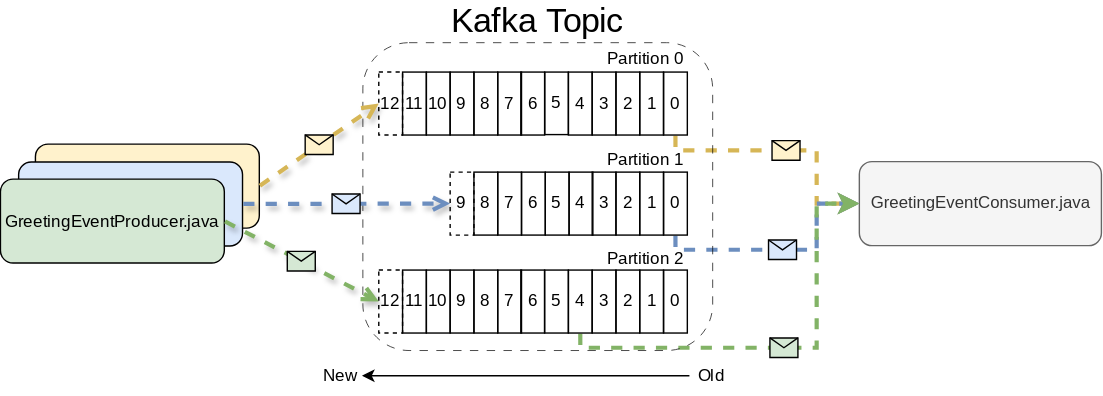
The draw.io diagram course-material/assets/module2/images/exercise2.svg in SonahLab/twitch-chat-hit-counter, before a commit. Source tidied: cells renumbered, new cells last; positions are measured from the earlier drawing's top-left corner, leaving out a move shared by most shapes.
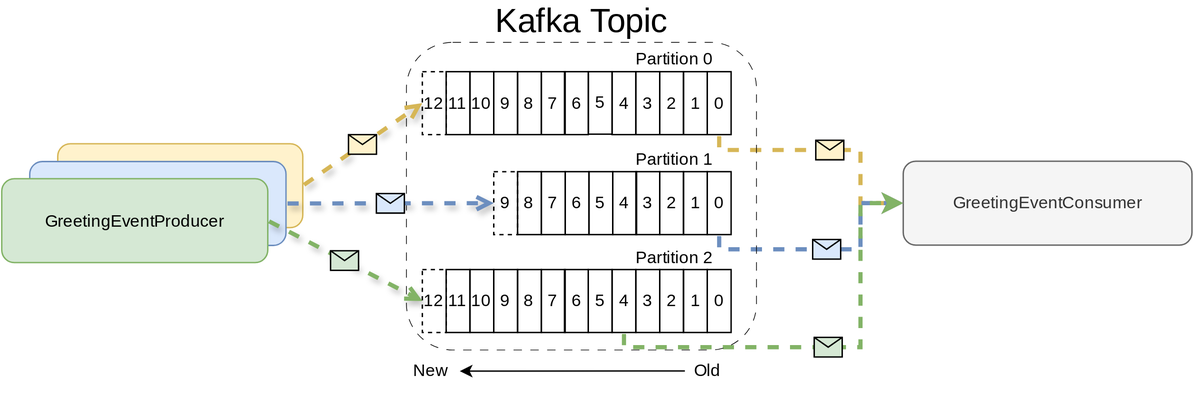
Later version of the same file.

Diff of the diagram source:
```diff
@@ -2,8 +2,8 @@
   <root>
     <mxCell id="0" />
     <mxCell id="1" parent="0" />
-    <mxCell id="2" value="GreetingEventConsumer.java" style="rounded=1;whiteSpace=wrap;html=1;fontColor=#333333;strokeColor=#666666;fillColor=#f5f5f5;" parent="1" vertex="1">
-      <mxGeometry x="613.5" y="115" width="173" height="60" as="geometry" />
+    <mxCell id="2" value="GreetingEventConsumer" style="rounded=1;whiteSpace=wrap;html=1;fontColor=#333333;strokeColor=#666666;fillColor=#f5f5f5;fontFamily=Michroma;fontSource=https%3A%2F%2Ffonts.googleapis.com%2Fcss%3Ffamily%3DMichroma;" parent="1" vertex="1">
+      <mxGeometry x="613.5" y="115" width="206.2" height="60" as="geometry" />
     </mxCell>
     <mxCell id="3" style="endArrow=classic;html=1;rounded=0;flowAnimation=1;entryX=0;entryY=0.5;entryDx=0;entryDy=0;edgeStyle=orthogonalEdgeStyle;elbow=vertical;fontColor=#000000;strokeColor=#d6b656;exitX=0.5;exitY=1;exitDx=0;exitDy=0;strokeWidth=3;fillColor=#fff2cc;" parent="1" edge="1" source="21" target="2">
       <mxGeometry relative="1" as="geometry">
@@ -149,68 +149,68 @@
     <mxCell id="42" value="0" style="rounded=0;whiteSpace=wrap;html=1;fontColor=#000000;strokeColor=#000000;fontFamily=Lato;fontSource=https%3A%2F%2Ffonts.googleapis.com%2Fcss%3Ffamily%3DLato;fillColor=none;" parent="1" vertex="1">
       <mxGeometry x="473.6" y="192.5" width="17" height="45" as="geometry" />
     </mxCell>
-    <mxCell id="43" value="New" style="text;html=1;align=center;verticalAlign=middle;whiteSpace=wrap;rounded=0;fontColor=#000000;strokeColor=none;fontFamily=Lato;fontSource=https%3A%2F%2Ffonts.googleapis.com%2Fcss%3Ffamily%3DLato;" parent="1" vertex="1">
-      <mxGeometry x="228.1" y="259" width="30" height="18" as="geometry" />
+    <mxCell id="43" value="Partition&amp;nbsp;&lt;span style=&quot;background-color: transparent;&quot;&gt;0&lt;/span&gt;" style="text;html=1;align=center;verticalAlign=middle;whiteSpace=wrap;rounded=0;fontColor=#000000;strokeColor=none;fontFamily=Michroma;fontSource=https%3A%2F%2Ffonts.googleapis.com%2Fcss%3Ffamily%3DMichroma;" parent="1" vertex="1">
+      <mxGeometry x="409.7" y="35.5" width="80.9" height="13.5" as="geometry" />
     </mxCell>
-    <mxCell id="44" style="endArrow=classic;html=1;rounded=0;strokeColor=#000000;entryX=1;entryY=0.5;entryDx=0;entryDy=0;exitX=0;exitY=0.5;exitDx=0;exitDy=0;fontColor=#000000;fontFamily=Lato;fontSource=https%3A%2F%2Ffonts.googleapis.com%2Fcss%3Ffamily%3DLato;" parent="1" edge="1" source="45" target="43">
-      <mxGeometry relative="1" as="geometry" />
+    <mxCell id="44" value="Partition&amp;nbsp;&lt;span style=&quot;background-color: transparent;&quot;&gt;1&lt;/span&gt;" style="text;html=1;align=center;verticalAlign=middle;whiteSpace=wrap;rounded=0;fontColor=#000000;strokeColor=none;fontFamily=Michroma;fontSource=https%3A%2F%2Ffonts.googleapis.com%2Fcss%3Ffamily%3DMichroma;" parent="1" vertex="1">
+      <mxGeometry x="409.7" y="108" width="80.9" height="12.5" as="geometry" />
     </mxCell>
-    <mxCell id="45" value="Old" style="text;html=1;align=center;verticalAlign=middle;whiteSpace=wrap;rounded=0;fontColor=#000000;strokeColor=none;fontFamily=Lato;fontSource=https%3A%2F%2Ffonts.googleapis.com%2Fcss%3Ffamily%3DLato;" parent="1" vertex="1">
-      <mxGeometry x="492.1" y="253" width="32" height="30" as="geometry" />
+    <mxCell id="45" value="Partition&amp;nbsp;&lt;span style=&quot;background-color: transparent;&quot;&gt;2&lt;/span&gt;" style="text;html=1;align=center;verticalAlign=middle;whiteSpace=wrap;rounded=0;fontColor=#000000;strokeColor=none;fontFamily=Michroma;fontSource=https%3A%2F%2Ffonts.googleapis.com%2Fcss%3Ffamily%3DMichroma;" parent="1" vertex="1">
+      <mxGeometry x="409.7" y="178" width="80.9" height="13" as="geometry" />
     </mxCell>
-    <mxCell id="46" value="Partition&amp;nbsp;&lt;span style=&quot;background-color: transparent;&quot;&gt;0&lt;/span&gt;" style="text;html=1;align=center;verticalAlign=middle;whiteSpace=wrap;rounded=0;fontColor=#000000;strokeColor=none;fontFamily=Lato;fontSource=https%3A%2F%2Ffonts.googleapis.com%2Fcss%3Ffamily%3DLato;" parent="1" vertex="1">
-      <mxGeometry x="430.6" y="35.5" width="60" height="13.5" as="geometry" />
+    <mxCell id="46" value="Kafka Topic" style="text;html=1;align=center;verticalAlign=middle;whiteSpace=wrap;rounded=0;fontSize=24;fontColor=#000000;strokeColor=none;fontFamily=Michroma;fontSource=https%3A%2F%2Ffonts.googleapis.com%2Fcss%3Ffamily%3DMichroma;" parent="1" vertex="1">
+      <mxGeometry x="288.5" width="190.4" height="30" as="geometry" />
     </mxCell>
-    <mxCell id="47" value="Partition&amp;nbsp;&lt;span style=&quot;background-color: transparent;&quot;&gt;1&lt;/span&gt;" style="text;html=1;align=center;verticalAlign=middle;whiteSpace=wrap;rounded=0;fontColor=#000000;strokeColor=none;fontFamily=Lato;fontSource=https%3A%2F%2Ffonts.googleapis.com%2Fcss%3Ffamily%3DLato;" parent="1" vertex="1">
-      <mxGeometry x="430.6" y="108" width="60" height="12.5" as="geometry" />
+    <mxCell id="47" style="rounded=1;whiteSpace=wrap;html=1;fillColor=#fff2cc;strokeColor=#d6b656;fontFamily=Lato;fontSource=https%3A%2F%2Ffonts.googleapis.com%2Fcss%3Ffamily%3DLato;" parent="1" vertex="1">
+      <mxGeometry x="9.7" y="102.5" width="175" height="60" as="geometry" />
     </mxCell>
-    <mxCell id="48" value="Partition&amp;nbsp;&lt;span style=&quot;background-color: transparent;&quot;&gt;2&lt;/span&gt;" style="text;html=1;align=center;verticalAlign=middle;whiteSpace=wrap;rounded=0;fontColor=#000000;strokeColor=none;fontFamily=Lato;fontSource=https%3A%2F%2Ffonts.googleapis.com%2Fcss%3Ffamily%3DLato;" parent="1" vertex="1">
-      <mxGeometry x="430.6" y="178" width="60" height="13" as="geometry" />
+    <mxCell id="48" style="rounded=1;whiteSpace=wrap;html=1;fillColor=#dae8fc;strokeColor=#6c8ebf;fontFamily=Lato;fontSource=https%3A%2F%2Ffonts.googleapis.com%2Fcss%3Ffamily%3DLato;" parent="1" vertex="1">
+      <mxGeometry x="-10.3" y="115.2" width="183" height="60" as="geometry" />
     </mxCell>
-    <mxCell id="49" value="Kafka Topic" style="text;html=1;align=center;verticalAlign=middle;whiteSpace=wrap;rounded=0;fontSize=24;fontColor=#000000;strokeColor=none;fontFamily=Lato;fontSource=https%3A%2F%2Ffonts.googleapis.com%2Fcss%3Ffamily%3DLato;" parent="1" vertex="1">
-      <mxGeometry x="317.3" width="132.8" height="30" as="geometry" />
+    <mxCell id="49" value="GreetingEventProducer" style="rounded=1;whiteSpace=wrap;html=1;fillColor=#d5e8d4;strokeColor=#82b366;fontFamily=Michroma;fontSource=https%3A%2F%2Ffonts.googleapis.com%2Fcss%3Ffamily%3DMichroma;" parent="1" vertex="1">
+      <mxGeometry x="-30.3" y="127.5" width="190" height="60" as="geometry" />
     </mxCell>
-    <mxCell id="50" style="rounded=1;whiteSpace=wrap;html=1;fillColor=#fff2cc;strokeColor=#000000;fontColor=#000000;fontFamily=Lato;fontSource=https%3A%2F%2Ffonts.googleapis.com%2Fcss%3Ffamily%3DLato;" parent="1" vertex="1">
-      <mxGeometry x="24.7" y="102.5" width="160" height="60" as="geometry" />
+    <mxCell id="50" style="endArrow=open;html=1;rounded=0;entryX=0;entryY=0.5;entryDx=0;entryDy=0;flowAnimation=1;shadow=1;fillColor=#fff2cc;strokeColor=#d6b656;strokeWidth=3;endFill=0;exitX=1;exitY=0.5;exitDx=0;exitDy=0;fontColor=#000000;fontFamily=Lato;fontSource=https%3A%2F%2Ffonts.googleapis.com%2Fcss%3Ffamily%3DLato;" parent="1" edge="1" source="47" target="57">
+      <mxGeometry relative="1" as="geometry" />
     </mxCell>
-    <mxCell id="51" style="rounded=1;whiteSpace=wrap;html=1;fillColor=#dae8fc;strokeColor=#000000;fontColor=#000000;fontFamily=Lato;fontSource=https%3A%2F%2Ffonts.googleapis.com%2Fcss%3Ffamily%3DLato;" parent="1" vertex="1">
-      <mxGeometry x="12.7" y="115.2" width="160" height="60" as="geometry" />
+    <mxCell id="51" style="shape=message;html=1;outlineConnect=0;fillColor=#fff2cc;strokeColor=#000000;fontColor=#000000;fontFamily=Lato;fontSource=https%3A%2F%2Ffonts.googleapis.com%2Fcss%3Ffamily%3DLato;" parent="50" vertex="1">
+      <mxGeometry width="20" height="14" relative="1" as="geometry">
+        <mxPoint x="-10" y="-7" as="offset" />
+      </mxGeometry>
     </mxCell>
-    <mxCell id="52" value="GreetingEventProducer.java" style="rounded=1;whiteSpace=wrap;html=1;fillColor=#d5e8d4;strokeColor=#000000;fontColor=#000000;fontFamily=Lato;fontSource=https%3A%2F%2Ffonts.googleapis.com%2Fcss%3Ffamily%3DLato;" parent="1" vertex="1">
-      <mxGeometry x="-0.3" y="127.5" width="160" height="60" as="geometry" />
+    <mxCell id="52" style="endArrow=open;html=1;rounded=0;entryX=0;entryY=0.5;entryDx=0;entryDy=0;flowAnimation=1;shadow=1;fillColor=#dae8fc;strokeColor=#6c8ebf;strokeWidth=3;endFill=0;exitX=1;exitY=0.5;exitDx=0;exitDy=0;fontColor=#000000;fontFamily=Lato;fontSource=https%3A%2F%2Ffonts.googleapis.com%2Fcss%3Ffamily%3DLato;" parent="1" edge="1" source="48" target="56">
+      <mxGeometry relative="1" as="geometry" />
     </mxCell>
-    <mxCell id="53" style="endArrow=open;html=1;rounded=0;entryX=0;entryY=0.5;entryDx=0;entryDy=0;flowAnimation=1;shadow=1;fillColor=#fff2cc;strokeColor=#d6b656;strokeWidth=3;endFill=0;exitX=1;exitY=0.5;exitDx=0;exitDy=0;fontColor=#000000;fontFamily=Lato;fontSource=https%3A%2F%2Ffonts.googleapis.com%2Fcss%3Ffamily%3DLato;" parent="1" edge="1" source="50" target="60">
-      <mxGeometry relative="1" as="geometry" />
+    <mxCell id="53" style="shape=message;html=1;fillColor=#dae8fc;strokeColor=#000000;fontColor=#000000;fontFamily=Lato;fontSource=https%3A%2F%2Ffonts.googleapis.com%2Fcss%3Ffamily%3DLato;" parent="52" vertex="1">
+      <mxGeometry width="20" height="14" relative="1" as="geometry">
+        <mxPoint x="-10" y="-7" as="offset" />
+      </mxGeometry>
     </mxCell>
-    <mxCell id="54" style="shape=message;html=1;fillColor=#fff2cc;strokeColor=#000000;fontColor=#000000;fontFamily=Lato;fontSource=https%3A%2F%2Ffonts.googleapis.com%2Fcss%3Ffamily%3DLato;" parent="53" vertex="1">
-      <mxGeometry width="20" height="14" relative="1" as="geometry">
-        <mxPoint x="-10" y="-7" as="offset" />
-      </mxGeometry>
+    <mxCell id="54" style="endArrow=open;html=1;rounded=0;entryX=0;entryY=0.5;entryDx=0;entryDy=0;flowAnimation=1;shadow=1;fillColor=#d5e8d4;strokeColor=#82b366;strokeWidth=3;endFill=0;exitX=1;exitY=0.5;exitDx=0;exitDy=0;fontColor=#000000;fontFamily=Lato;fontSource=https%3A%2F%2Ffonts.googleapis.com%2Fcss%3Ffamily%3DLato;" parent="1" edge="1" source="49" target="58">
+      <mxGeometry relative="1" as="geometry" />
     </mxCell>
-    <mxCell id="55" style="endArrow=open;html=1;rounded=0;entryX=0;entryY=0.5;entryDx=0;entryDy=0;flowAnimation=1;shadow=1;fillColor=#dae8fc;strokeColor=#6c8ebf;strokeWidth=3;endFill=0;exitX=1;exitY=0.5;exitDx=0;exitDy=0;fontColor=#000000;fontFamily=Lato;fontSource=https%3A%2F%2Ffonts.googleapis.com%2Fcss%3Ffamily%3DLato;" parent="1" edge="1" source="51" target="59">
-      <mxGeometry relative="1" as="geometry" />
+    <mxCell id="55" style="shape=message;html=1;fillColor=#d5e8d4;strokeColor=#000000;fontColor=#000000;fontFamily=Lato;fontSource=https%3A%2F%2Ffonts.googleapis.com%2Fcss%3Ffamily%3DLato;" parent="54" vertex="1">
+      <mxGeometry width="20" height="14" relative="1" as="geometry">
+        <mxPoint x="-10" y="-7" as="offset" />
+      </mxGeometry>
     </mxCell>
-    <mxCell id="56" style="shape=message;html=1;outlineConnect=0;fillColor=#dae8fc;strokeColor=#000000;fontColor=#000000;fontFamily=Lato;fontSource=https%3A%2F%2Ffonts.googleapis.com%2Fcss%3Ffamily%3DLato;" parent="55" vertex="1">
-      <mxGeometry width="20" height="14" relative="1" as="geometry">
-        <mxPoint x="-10" y="-7" as="offset" />
-      </mxGeometry>
+    <mxCell id="56" value="9" style="rounded=0;whiteSpace=wrap;html=1;dashed=1;fontColor=#000000;strokeColor=#000000;fontFamily=Lato;fontSource=https%3A%2F%2Ffonts.googleapis.com%2Fcss%3Ffamily%3DLato;fillColor=none;" parent="1" vertex="1">
+      <mxGeometry x="321.1" y="122.5" width="17" height="45" as="geometry" />
     </mxCell>
-    <mxCell id="57" style="endArrow=open;html=1;rounded=0;entryX=0;entryY=0.5;entryDx=0;entryDy=0;flowAnimation=1;shadow=1;fillColor=#d5e8d4;strokeColor=#82b366;strokeWidth=3;endFill=0;exitX=1;exitY=0.5;exitDx=0;exitDy=0;fontColor=#000000;fontFamily=Lato;fontSource=https%3A%2F%2Ffonts.googleapis.com%2Fcss%3Ffamily%3DLato;" parent="1" edge="1" source="52" target="61">
-      <mxGeometry relative="1" as="geometry" />
+    <mxCell id="57" value="12" style="rounded=0;whiteSpace=wrap;html=1;dashed=1;fontColor=#000000;strokeColor=#000000;fontFamily=Lato;fontSource=https%3A%2F%2Ffonts.googleapis.com%2Fcss%3Ffamily%3DLato;fillColor=none;" parent="1" vertex="1">
+      <mxGeometry x="270.1" y="51" width="17" height="45" as="geometry" />
     </mxCell>
-    <mxCell id="58" style="shape=message;html=1;outlineConnect=0;fillColor=#d5e8d4;strokeColor=#000000;fontColor=#000000;fontFamily=Lato;fontSource=https%3A%2F%2Ffonts.googleapis.com%2Fcss%3Ffamily%3DLato;" parent="57" vertex="1">
-      <mxGeometry width="20" height="14" relative="1" as="geometry">
-        <mxPoint x="-10" y="-7" as="offset" />
-      </mxGeometry>
+    <mxCell id="58" value="12" style="rounded=0;whiteSpace=wrap;html=1;shadow=0;dashed=1;fontColor=#000000;strokeColor=#000000;fontFamily=Lato;fontSource=https%3A%2F%2Ffonts.googleapis.com%2Fcss%3Ffamily%3DLato;fillColor=none;" parent="1" vertex="1">
+      <mxGeometry x="270.1" y="192.5" width="17" height="45" as="geometry" />
     </mxCell>
-    <mxCell id="59" value="9" style="rounded=0;whiteSpace=wrap;html=1;dashed=1;fontColor=#000000;strokeColor=#000000;fontFamily=Lato;fontSource=https%3A%2F%2Ffonts.googleapis.com%2Fcss%3Ffamily%3DLato;fillColor=none;" parent="1" vertex="1">
-      <mxGeometry x="321.1" y="122.5" width="17" height="45" as="geometry" />
+    <mxCell id="59" value="New" style="text;html=1;align=center;verticalAlign=middle;whiteSpace=wrap;rounded=0;fontColor=#000000;strokeColor=none;fontFamily=Michroma;fontSource=https%3A%2F%2Ffonts.googleapis.com%2Fcss%3Ffamily%3DMichroma;" parent="1" vertex="1">
+      <mxGeometry x="255.6" y="256.1" width="41.3" height="18" as="geometry" />
     </mxCell>
-    <mxCell id="60" value="12" style="rounded=0;whiteSpace=wrap;html=1;dashed=1;fontColor=#000000;strokeColor=#000000;fontFamily=Lato;fontSource=https%3A%2F%2Ffonts.googleapis.com%2Fcss%3Ffamily%3DLato;fillColor=none;" parent="1" vertex="1">
-      <mxGeometry x="270.1" y="51" width="17" height="45" as="geometry" />
+    <mxCell id="60" style="endArrow=classic;html=1;rounded=0;strokeColor=#000000;entryX=1;entryY=0.5;entryDx=0;entryDy=0;exitX=0;exitY=0.5;exitDx=0;exitDy=0;fontColor=#000000;fontFamily=Michroma;fontSource=https%3A%2F%2Ffonts.googleapis.com%2Fcss%3Ffamily%3DMichroma;" parent="1" edge="1" source="61" target="59">
+      <mxGeometry relative="1" as="geometry" />
     </mxCell>
-    <mxCell id="61" value="12" style="rounded=0;whiteSpace=wrap;html=1;shadow=0;dashed=1;fontColor=#000000;strokeColor=#000000;fontFamily=Lato;fontSource=https%3A%2F%2Ffonts.googleapis.com%2Fcss%3Ffamily%3DLato;fillColor=none;" parent="1" vertex="1">
-      <mxGeometry x="270.1" y="192.5" width="17" height="45" as="geometry" />
+    <mxCell id="61" value="Old" style="text;html=1;align=center;verticalAlign=middle;whiteSpace=wrap;rounded=0;fontColor=#000000;strokeColor=none;fontFamily=Michroma;fontSource=https%3A%2F%2Ffonts.googleapis.com%2Fcss%3Ffamily%3DMichroma;" parent="1" vertex="1">
+      <mxGeometry x="457.6" y="250" width="32" height="30" as="geometry" />
     </mxCell>
   </root>
 </mxGraphModel>
```
